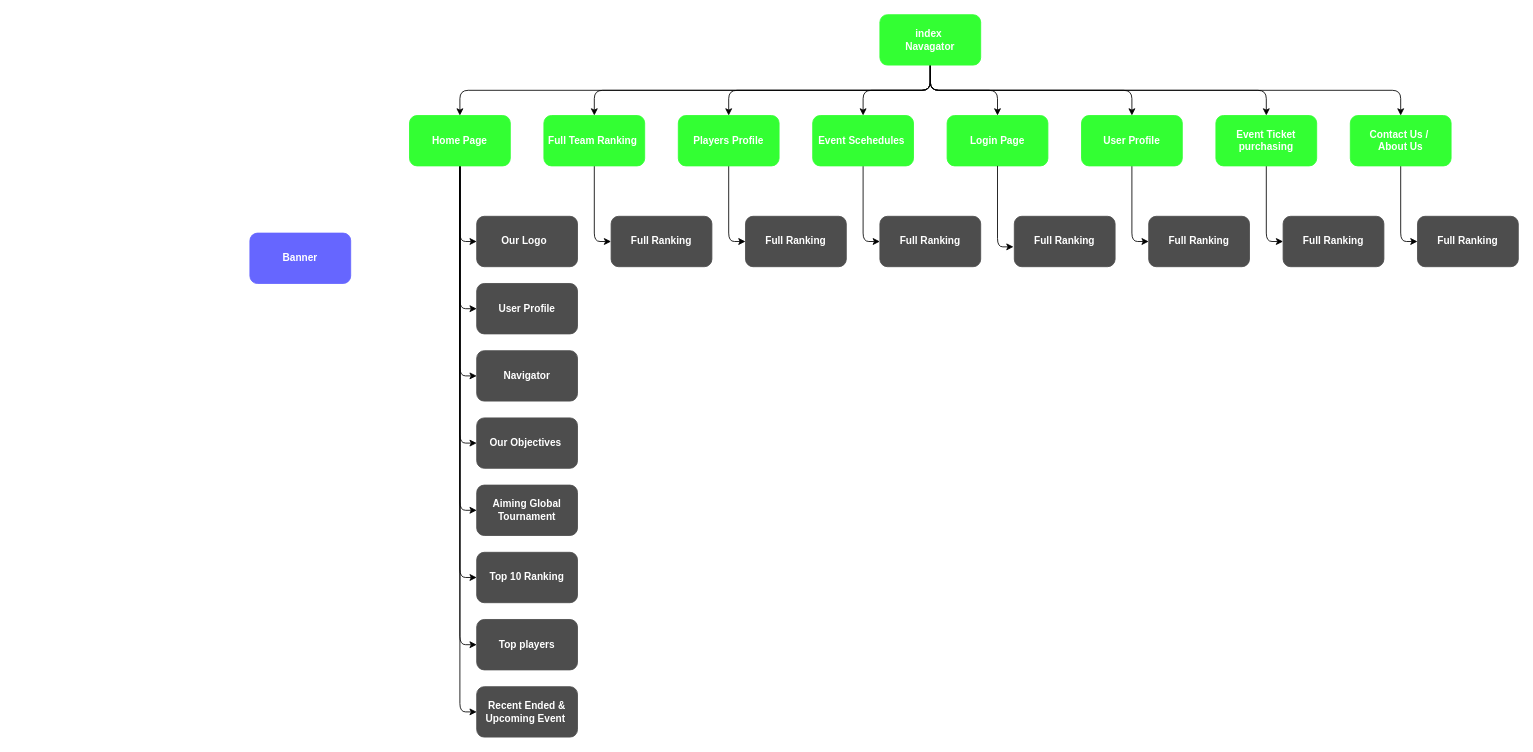
0923frisk-max/Front-End_Web_Assignment_Group55 keeps this draw.io diagram as Site Map.drawio. Above is the earlier version. Source tidied: cells renumbered, new cells numbered last; positions are measured from the earlier drawing's top-left corner, leaving out a move shared by most shapes. Both pictures are drawn from the tidied source at 84%, with x=0, y=0 at pixel (249, 14).
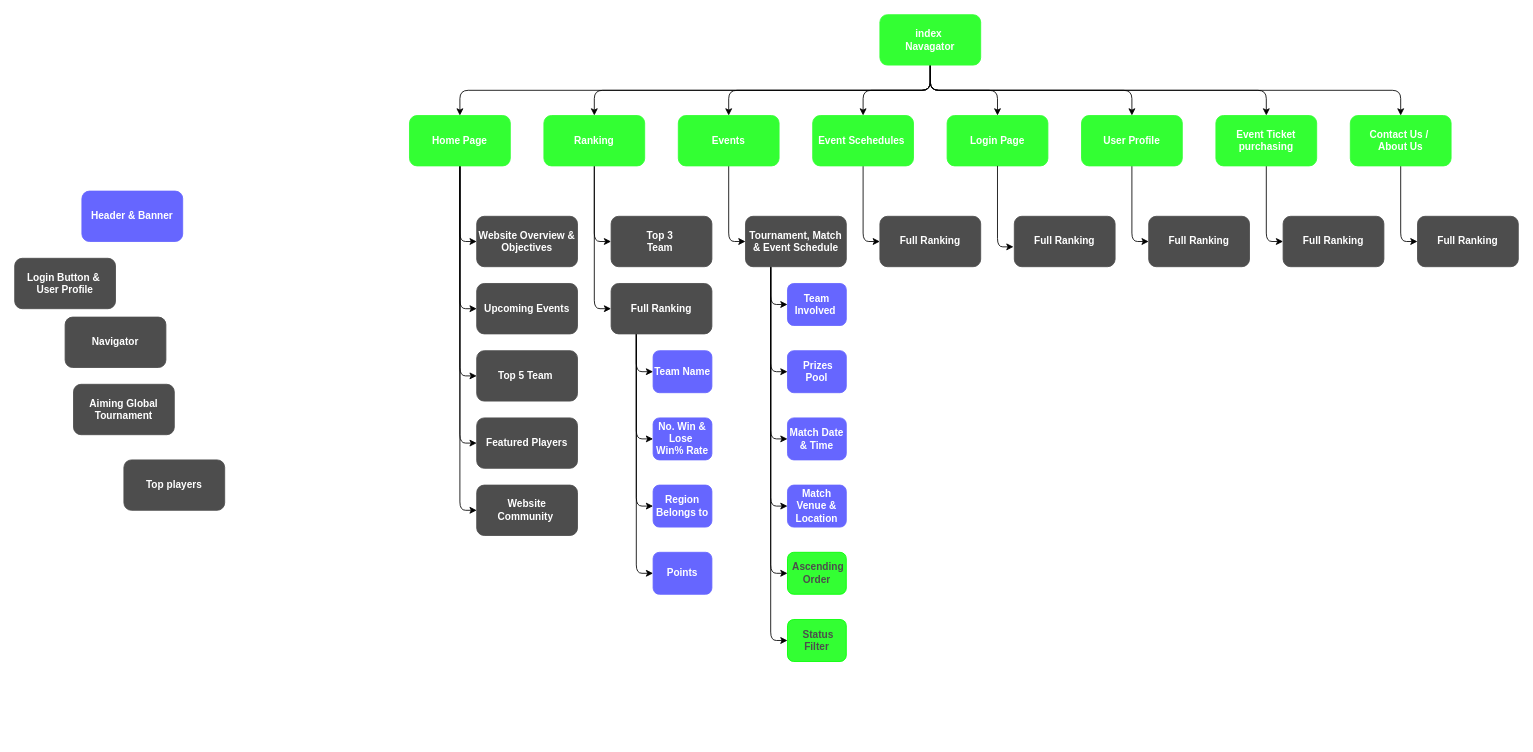
After the change.

Commit message:
Site Map

Unchanged cells that the change refers to:
```xml
<mxCell id="12" value="&lt;div&gt;&lt;font color=&quot;#ffffff&quot;&gt;&lt;b style=&quot;&quot;&gt;Home Page&lt;/b&gt;&lt;/font&gt;&lt;/div&gt;" style="rounded=1;whiteSpace=wrap;html=1;fillColor=#33FF33;strokeColor=#33FF33;" parent="1" vertex="1">
  <mxGeometry x="190" y="120" width="120" height="60" as="geometry" />
</mxCell>
```

Diff of the diagram source:
```diff
@@
-    <mxCell id="2" value="&lt;b&gt;&lt;font color=&quot;#ffffff&quot;&gt;Aiming Global Tournament&lt;/font&gt;&lt;/b&gt;" style="rounded=1;whiteSpace=wrap;html=1;strokeColor=#4D4D4D;fillColor=#4D4D4D;" parent="1" vertex="1">
-      <mxGeometry x="270" y="560" width="120" height="60" as="geometry" />
-    </mxCell>
+    <mxCell id="50" value="&lt;b&gt;&lt;font color=&quot;#ffffff&quot;&gt;Team Name&lt;/font&gt;&lt;/b&gt;" style="rounded=1;whiteSpace=wrap;html=1;strokeColor=#6666FF;fillColor=#6666FF;" parent="1" vertex="1">
+      <mxGeometry x="480" y="400" width="70" height="50" as="geometry" />
+    </mxCell>
-    <mxCell id="3" value="&lt;b&gt;&lt;font color=&quot;#ffffff&quot;&gt;Top 10 Ranking&lt;/font&gt;&lt;/b&gt;" style="rounded=1;whiteSpace=wrap;html=1;strokeColor=#4D4D4D;fillColor=#4D4D4D;" parent="1" vertex="1">
-      <mxGeometry x="270" y="640" width="120" height="60" as="geometry" />
+    <mxCell id="3" value="&lt;b&gt;&lt;font color=&quot;#ffffff&quot;&gt;Top 5 Team&amp;nbsp;&lt;/font&gt;&lt;/b&gt;" style="rounded=1;whiteSpace=wrap;html=1;strokeColor=#4D4D4D;fillColor=#4D4D4D;" parent="1" vertex="1">
+      <mxGeometry x="270" y="400" width="120" height="60" as="geometry" />
     </mxCell>
@@
-    <mxCell id="5" style="edgeStyle=orthogonalEdgeStyle;html=1;entryX=0;entryY=0.5;entryDx=0;entryDy=0;" parent="1" edge="1" source="12" target="19">
-      <mxGeometry relative="1" as="geometry" />
-    </mxCell>
-    <mxCell id="6" style="edgeStyle=orthogonalEdgeStyle;html=1;entryX=0;entryY=0.5;entryDx=0;entryDy=0;" parent="1" edge="1" source="12" target="41">
-      <mxGeometry relative="1" as="geometry" />
-    </mxCell>
-    <mxCell id="7" style="edgeStyle=orthogonalEdgeStyle;html=1;entryX=0;entryY=0.5;entryDx=0;entryDy=0;" parent="1" edge="1" source="12" target="14">
-      <mxGeometry relative="1" as="geometry" />
-    </mxCell>
-    <mxCell id="8" style="edgeStyle=orthogonalEdgeStyle;html=1;entryX=0;entryY=0.5;entryDx=0;entryDy=0;" parent="1" edge="1" source="12" target="2">
-      <mxGeometry relative="1" as="geometry" />
-    </mxCell>
@@
-    <mxCell id="10" style="edgeStyle=orthogonalEdgeStyle;html=1;entryX=0;entryY=0.5;entryDx=0;entryDy=0;" parent="1" edge="1" source="12" target="15">
-      <mxGeometry relative="1" as="geometry" />
-    </mxCell>
@@
+    <mxCell id="51" style="edgeStyle=orthogonalEdgeStyle;html=1;entryX=0;entryY=0.5;entryDx=0;entryDy=0;" parent="1" edge="1" source="12" target="64">
+      <mxGeometry relative="1" as="geometry" />
+    </mxCell>
+    <mxCell id="52" style="edgeStyle=orthogonalEdgeStyle;html=1;entryX=0;entryY=0.5;entryDx=0;entryDy=0;" parent="1" edge="1" source="12" target="65">
+      <mxGeometry relative="1" as="geometry" />
+    </mxCell>
@@
-    <mxCell id="13" value="&lt;b&gt;&lt;font color=&quot;#ffffff&quot;&gt;Banner&lt;/font&gt;&lt;/b&gt;" style="rounded=1;whiteSpace=wrap;html=1;strokeColor=#6666FF;fillColor=#6666FF;" parent="1" vertex="1">
-      <mxGeometry y="260" width="120" height="60" as="geometry" />
+    <mxCell id="13" value="&lt;b&gt;&lt;font color=&quot;#ffffff&quot;&gt;Header &amp;amp; Banner&lt;/font&gt;&lt;/b&gt;" style="rounded=1;whiteSpace=wrap;html=1;strokeColor=#6666FF;fillColor=#6666FF;" parent="1" vertex="1">
+      <mxGeometry x="-200" y="210" width="120" height="60" as="geometry" />
     </mxCell>
-    <mxCell id="14" value="&lt;b&gt;&lt;font color=&quot;#ffffff&quot;&gt;Our Objectives&amp;nbsp;&lt;/font&gt;&lt;/b&gt;" style="rounded=1;whiteSpace=wrap;html=1;strokeColor=#4D4D4D;fillColor=#4D4D4D;" parent="1" vertex="1">
-      <mxGeometry x="270" y="480" width="120" height="60" as="geometry" />
-    </mxCell>
-    <mxCell id="15" value="&lt;b&gt;&lt;font color=&quot;#ffffff&quot;&gt;Top players&lt;/font&gt;&lt;/b&gt;" style="rounded=1;whiteSpace=wrap;html=1;strokeColor=#4D4D4D;fillColor=#4D4D4D;" parent="1" vertex="1">
-      <mxGeometry x="270" y="720" width="120" height="60" as="geometry" />
-    </mxCell>
-    <mxCell id="16" value="&lt;b&gt;&lt;font color=&quot;#ffffff&quot;&gt;Recent Ended &amp;amp; Upcoming Event&amp;nbsp;&lt;/font&gt;&lt;/b&gt;" style="rounded=1;whiteSpace=wrap;html=1;strokeColor=#4D4D4D;fillColor=#4D4D4D;" parent="1" vertex="1">
-      <mxGeometry x="270" y="800" width="120" height="60" as="geometry" />
+    <mxCell id="16" value="&lt;b&gt;&lt;font color=&quot;#ffffff&quot;&gt;Upcoming Events&lt;/font&gt;&lt;/b&gt;" style="rounded=1;whiteSpace=wrap;html=1;strokeColor=#4D4D4D;fillColor=#4D4D4D;" parent="1" vertex="1">
+      <mxGeometry x="270" y="320" width="120" height="60" as="geometry" />
     </mxCell>
@@
-    <mxCell id="18" value="&lt;b&gt;&lt;font color=&quot;#ffffff&quot;&gt;Our Logo&amp;nbsp;&amp;nbsp;&lt;/font&gt;&lt;/b&gt;" style="rounded=1;whiteSpace=wrap;html=1;strokeColor=#4D4D4D;fillColor=#4D4D4D;" parent="1" vertex="1">
+    <mxCell id="18" value="&lt;b&gt;&lt;font color=&quot;#ffffff&quot;&gt;Website Overview &amp;amp; Objectives&lt;/font&gt;&lt;/b&gt;" style="rounded=1;whiteSpace=wrap;html=1;strokeColor=#4D4D4D;fillColor=#4D4D4D;" parent="1" vertex="1">
       <mxGeometry x="270" y="240" width="120" height="60" as="geometry" />
     </mxCell>
-    <mxCell id="19" value="&lt;b&gt;&lt;font color=&quot;#ffffff&quot;&gt;User Profile&lt;/font&gt;&lt;/b&gt;" style="rounded=1;whiteSpace=wrap;html=1;strokeColor=#4D4D4D;fillColor=#4D4D4D;" parent="1" vertex="1">
-      <mxGeometry x="270" y="320" width="120" height="60" as="geometry" />
-    </mxCell>
@@
+    <mxCell id="53" style="edgeStyle=orthogonalEdgeStyle;html=1;entryX=0;entryY=0.5;entryDx=0;entryDy=0;" parent="1" edge="1" source="34" target="67">
+      <mxGeometry relative="1" as="geometry" />
+    </mxCell>
-    <mxCell id="34" value="&lt;font color=&quot;#ffffff&quot;&gt;&lt;b style=&quot;&quot;&gt;Full Team Ranking&amp;nbsp;&lt;/b&gt;&lt;/font&gt;" style="rounded=1;whiteSpace=wrap;html=1;fillColor=#33FF33;strokeColor=#33FF33;" parent="1" vertex="1">
+    <mxCell id="34" value="&lt;font color=&quot;#ffffff&quot;&gt;&lt;b style=&quot;&quot;&gt;Ranking&lt;/b&gt;&lt;/font&gt;" style="rounded=1;whiteSpace=wrap;html=1;fillColor=#33FF33;strokeColor=#33FF33;" parent="1" vertex="1">
       <mxGeometry x="350" y="120" width="120" height="60" as="geometry" />
     </mxCell>
@@
-    <mxCell id="36" value="&lt;font color=&quot;#ffffff&quot;&gt;&lt;b style=&quot;&quot;&gt;Players Profile&lt;/b&gt;&lt;/font&gt;" style="rounded=1;whiteSpace=wrap;html=1;fillColor=#33FF33;strokeColor=#33FF33;" parent="1" vertex="1">
+    <mxCell id="36" value="&lt;font color=&quot;#ffffff&quot;&gt;&lt;b style=&quot;&quot;&gt;Events&lt;/b&gt;&lt;/font&gt;" style="rounded=1;whiteSpace=wrap;html=1;fillColor=#33FF33;strokeColor=#33FF33;" parent="1" vertex="1">
       <mxGeometry x="510" y="120" width="120" height="60" as="geometry" />
     </mxCell>
@@
-    <mxCell id="41" value="&lt;b&gt;&lt;font color=&quot;#ffffff&quot;&gt;Navigator&lt;/font&gt;&lt;/b&gt;" style="rounded=1;whiteSpace=wrap;html=1;strokeColor=#4D4D4D;fillColor=#4D4D4D;" parent="1" vertex="1">
-      <mxGeometry x="270" y="400" width="120" height="60" as="geometry" />
-    </mxCell>
+    <mxCell id="54" style="edgeStyle=orthogonalEdgeStyle;html=1;exitX=0.25;exitY=1;exitDx=0;exitDy=0;entryX=0;entryY=0.5;entryDx=0;entryDy=0;" parent="1" edge="1" source="42" target="50">
+      <mxGeometry relative="1" as="geometry" />
+    </mxCell>
+    <mxCell id="55" style="edgeStyle=orthogonalEdgeStyle;html=1;entryX=0;entryY=0.5;entryDx=0;entryDy=0;exitX=0.25;exitY=1;exitDx=0;exitDy=0;" parent="1" edge="1" source="42" target="68">
+      <mxGeometry relative="1" as="geometry" />
+    </mxCell>
+    <mxCell id="56" style="edgeStyle=orthogonalEdgeStyle;html=1;entryX=0;entryY=0.5;entryDx=0;entryDy=0;exitX=0.25;exitY=1;exitDx=0;exitDy=0;" parent="1" edge="1" source="42" target="69">
+      <mxGeometry relative="1" as="geometry" />
+    </mxCell>
+    <mxCell id="57" style="edgeStyle=orthogonalEdgeStyle;html=1;entryX=0;entryY=0.5;entryDx=0;entryDy=0;exitX=0.25;exitY=1;exitDx=0;exitDy=0;" parent="1" edge="1" source="42" target="70">
+      <mxGeometry relative="1" as="geometry" />
+    </mxCell>
     <mxCell id="42" value="&lt;b&gt;&lt;font color=&quot;#ffffff&quot;&gt;Full Ranking&lt;/font&gt;&lt;/b&gt;" style="rounded=1;whiteSpace=wrap;html=1;strokeColor=#4D4D4D;fillColor=#4D4D4D;" parent="1" vertex="1">
-      <mxGeometry x="430" y="240" width="120" height="60" as="geometry" />
+      <mxGeometry x="430" y="320" width="120" height="60" as="geometry" />
     </mxCell>
+    <mxCell id="58" style="edgeStyle=orthogonalEdgeStyle;html=1;exitX=0.25;exitY=1;exitDx=0;exitDy=0;entryX=0;entryY=0.5;entryDx=0;entryDy=0;" parent="1" edge="1" source="43" target="71">
+      <mxGeometry relative="1" as="geometry" />
+    </mxCell>
+    <mxCell id="59" style="edgeStyle=orthogonalEdgeStyle;html=1;entryX=0;entryY=0.5;entryDx=0;entryDy=0;exitX=0.25;exitY=1;exitDx=0;exitDy=0;" parent="1" edge="1" source="43" target="72">
+      <mxGeometry relative="1" as="geometry" />
+    </mxCell>
+    <mxCell id="60" style="edgeStyle=orthogonalEdgeStyle;html=1;entryX=0;entryY=0.5;entryDx=0;entryDy=0;exitX=0.25;exitY=1;exitDx=0;exitDy=0;" parent="1" edge="1" source="43" target="73">
+      <mxGeometry relative="1" as="geometry" />
+    </mxCell>
+    <mxCell id="61" style="edgeStyle=orthogonalEdgeStyle;html=1;entryX=0;entryY=0.5;entryDx=0;entryDy=0;exitX=0.25;exitY=1;exitDx=0;exitDy=0;" parent="1" edge="1" source="43" target="74">
+      <mxGeometry relative="1" as="geometry" />
+    </mxCell>
+    <mxCell id="62" style="edgeStyle=orthogonalEdgeStyle;html=1;entryX=0;entryY=0.5;entryDx=0;entryDy=0;exitX=0.25;exitY=1;exitDx=0;exitDy=0;" parent="1" edge="1" source="43" target="75">
+      <mxGeometry relative="1" as="geometry" />
+    </mxCell>
+    <mxCell id="63" style="edgeStyle=orthogonalEdgeStyle;html=1;entryX=0;entryY=0.5;entryDx=0;entryDy=0;exitX=0.25;exitY=1;exitDx=0;exitDy=0;" parent="1" edge="1" source="43" target="76">
+      <mxGeometry relative="1" as="geometry" />
+    </mxCell>
-    <mxCell id="43" value="&lt;b&gt;&lt;font color=&quot;#ffffff&quot;&gt;Full Ranking&lt;/font&gt;&lt;/b&gt;" style="rounded=1;whiteSpace=wrap;html=1;strokeColor=#4D4D4D;fillColor=#4D4D4D;" parent="1" vertex="1">
+    <mxCell id="43" value="&lt;b&gt;&lt;font color=&quot;#ffffff&quot;&gt;Tournament, Match &amp;amp; Event Schedule&lt;/font&gt;&lt;/b&gt;" style="rounded=1;whiteSpace=wrap;html=1;strokeColor=#4D4D4D;fillColor=#4D4D4D;" parent="1" vertex="1">
       <mxGeometry x="590" y="240" width="120" height="60" as="geometry" />
     </mxCell>
@@
+    <mxCell id="41" value="&lt;b&gt;&lt;font color=&quot;#ffffff&quot;&gt;Navigator&lt;/font&gt;&lt;/b&gt;" style="rounded=1;whiteSpace=wrap;html=1;strokeColor=#4D4D4D;fillColor=#4D4D4D;" parent="1" vertex="1">
+      <mxGeometry x="-220" y="360" width="120" height="60" as="geometry" />
+    </mxCell>
+    <mxCell id="64" value="&lt;b&gt;&lt;font color=&quot;#ffffff&quot;&gt;Featured Players&lt;/font&gt;&lt;/b&gt;" style="rounded=1;whiteSpace=wrap;html=1;strokeColor=#4D4D4D;fillColor=#4D4D4D;" parent="1" vertex="1">
+      <mxGeometry x="270" y="480" width="120" height="60" as="geometry" />
+    </mxCell>
+    <mxCell id="65" value="&lt;b&gt;&lt;font color=&quot;#ffffff&quot;&gt;Website Community&amp;nbsp;&lt;/font&gt;&lt;/b&gt;" style="rounded=1;whiteSpace=wrap;html=1;strokeColor=#4D4D4D;fillColor=#4D4D4D;" parent="1" vertex="1">
+      <mxGeometry x="270" y="560" width="120" height="60" as="geometry" />
+    </mxCell>
+    <mxCell id="2" value="&lt;b&gt;&lt;font color=&quot;#ffffff&quot;&gt;Aiming Global Tournament&lt;/font&gt;&lt;/b&gt;" style="rounded=1;whiteSpace=wrap;html=1;strokeColor=#4D4D4D;fillColor=#4D4D4D;" parent="1" vertex="1">
+      <mxGeometry x="-210" y="440" width="120" height="60" as="geometry" />
+    </mxCell>
+    <mxCell id="66" value="&lt;div&gt;&lt;br&gt;&lt;/div&gt;&lt;b&gt;&lt;font color=&quot;#ffffff&quot;&gt;Login Button &amp;amp;&amp;nbsp;&lt;/font&gt;&lt;/b&gt;&lt;div&gt;&lt;b&gt;&lt;font color=&quot;#ffffff&quot;&gt;User Profile&lt;/font&gt;&lt;/b&gt;&lt;/div&gt;&lt;div&gt;&lt;b&gt;&lt;font color=&quot;#ffffff&quot;&gt;&lt;br&gt;&lt;/font&gt;&lt;/b&gt;&lt;/div&gt;" style="rounded=1;whiteSpace=wrap;html=1;strokeColor=#4D4D4D;fillColor=#4D4D4D;" parent="1" vertex="1">
+      <mxGeometry x="-280" y="290" width="120" height="60" as="geometry" />
+    </mxCell>
+    <mxCell id="15" value="&lt;b&gt;&lt;font color=&quot;#ffffff&quot;&gt;Top players&lt;/font&gt;&lt;/b&gt;" style="rounded=1;whiteSpace=wrap;html=1;strokeColor=#4D4D4D;fillColor=#4D4D4D;" parent="1" vertex="1">
+      <mxGeometry x="-150" y="530" width="120" height="60" as="geometry" />
+    </mxCell>
+    <mxCell id="67" value="&lt;b&gt;&lt;font color=&quot;#ffffff&quot;&gt;Top 3&amp;nbsp;&lt;/font&gt;&lt;/b&gt;&lt;div&gt;&lt;b&gt;&lt;font color=&quot;#ffffff&quot;&gt;Team&amp;nbsp;&lt;/font&gt;&lt;/b&gt;&lt;/div&gt;" style="rounded=1;whiteSpace=wrap;html=1;strokeColor=#4D4D4D;fillColor=#4D4D4D;" parent="1" vertex="1">
+      <mxGeometry x="430" y="240" width="120" height="60" as="geometry" />
+    </mxCell>
+    <mxCell id="68" value="&lt;b&gt;&lt;font color=&quot;#ffffff&quot;&gt;Points&lt;/font&gt;&lt;/b&gt;" style="rounded=1;whiteSpace=wrap;html=1;strokeColor=#6666FF;fillColor=#6666FF;" parent="1" vertex="1">
+      <mxGeometry x="480" y="640" width="70" height="50" as="geometry" />
+    </mxCell>
+    <mxCell id="69" value="&lt;b&gt;&lt;font color=&quot;#ffffff&quot;&gt;No. Win &amp;amp; Lose&amp;nbsp;&lt;/font&gt;&lt;/b&gt;&lt;div&gt;&lt;b&gt;&lt;font color=&quot;#ffffff&quot;&gt;Win% Rate&lt;/font&gt;&lt;/b&gt;&lt;/div&gt;" style="rounded=1;whiteSpace=wrap;html=1;strokeColor=#6666FF;fillColor=#6666FF;" parent="1" vertex="1">
+      <mxGeometry x="480" y="480" width="70" height="50" as="geometry" />
+    </mxCell>
+    <mxCell id="70" value="&lt;b&gt;&lt;font color=&quot;#ffffff&quot;&gt;Region Belongs to&lt;/font&gt;&lt;/b&gt;" style="rounded=1;whiteSpace=wrap;html=1;strokeColor=#6666FF;fillColor=#6666FF;" parent="1" vertex="1">
+      <mxGeometry x="480" y="560" width="70" height="50" as="geometry" />
+    </mxCell>
+    <mxCell id="71" value="&lt;b&gt;&lt;font color=&quot;#ffffff&quot;&gt;Team Involved&amp;nbsp;&lt;/font&gt;&lt;/b&gt;" style="rounded=1;whiteSpace=wrap;html=1;strokeColor=#6666FF;fillColor=#6666FF;" parent="1" vertex="1">
+      <mxGeometry x="640" y="320" width="70" height="50" as="geometry" />
+    </mxCell>
+    <mxCell id="72" value="&lt;b&gt;&lt;font color=&quot;#ffffff&quot;&gt;&amp;nbsp;Prizes Pool&lt;/font&gt;&lt;/b&gt;" style="rounded=1;whiteSpace=wrap;html=1;strokeColor=#6666FF;fillColor=#6666FF;" parent="1" vertex="1">
+      <mxGeometry x="640" y="400" width="70" height="50" as="geometry" />
+    </mxCell>
+    <mxCell id="73" value="&lt;b&gt;&lt;font color=&quot;#ffffff&quot;&gt;Match Date &amp;amp; Time&lt;/font&gt;&lt;/b&gt;" style="rounded=1;whiteSpace=wrap;html=1;strokeColor=#6666FF;fillColor=#6666FF;" parent="1" vertex="1">
+      <mxGeometry x="640" y="480" width="70" height="50" as="geometry" />
+    </mxCell>
+    <mxCell id="74" value="&lt;b&gt;&lt;font color=&quot;#ffffff&quot;&gt;Match Venue &amp;amp; Location&lt;/font&gt;&lt;/b&gt;" style="rounded=1;whiteSpace=wrap;html=1;strokeColor=#6666FF;fillColor=#6666FF;" parent="1" vertex="1">
+      <mxGeometry x="640" y="560" width="70" height="50" as="geometry" />
+    </mxCell>
+    <mxCell id="75" value="&lt;b&gt;&lt;font color=&quot;#4d4d4d&quot;&gt;&amp;nbsp;Ascending Order&lt;/font&gt;&lt;/b&gt;" style="rounded=1;whiteSpace=wrap;html=1;strokeColor=#00FF00;fillColor=#33FF33;" parent="1" vertex="1">
+      <mxGeometry x="640" y="640" width="70" height="50" as="geometry" />
+    </mxCell>
+    <mxCell id="76" value="&lt;b&gt;&lt;font color=&quot;#4d4d4d&quot;&gt;&amp;nbsp;Status Filter&lt;/font&gt;&lt;/b&gt;" style="rounded=1;whiteSpace=wrap;html=1;strokeColor=#00FF00;fillColor=#33FF33;" parent="1" vertex="1">
+      <mxGeometry x="640" y="720" width="70" height="50" as="geometry" />
+    </mxCell>
```
